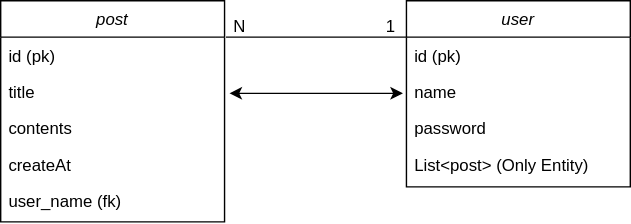
Above: Entity Relationship Diagram.drawio.svg in Chaeyounglim/myBlog (draw.io), before the change. Source tidied: cells renumbered, new cells last; positions are measured from the earlier drawing's top-left corner, leaving out a move shared by most shapes.
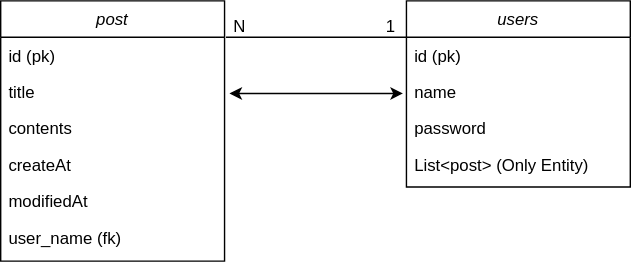
The same file after the commit.

Diff of the diagram source:
```diff
@@ -2,7 +2,7 @@
   <root>
     <mxCell id="0" />
     <mxCell id="1" parent="0" />
-    <mxCell id="2" value="user" style="swimlane;fontStyle=2;align=center;verticalAlign=top;horizontal=1;startSize=26;rounded=0;shadow=0;strokeWidth=1;" parent="1" vertex="1">
+    <mxCell id="2" value="users" style="swimlane;fontStyle=2;align=center;verticalAlign=top;horizontal=1;startSize=26;rounded=0;shadow=0;strokeWidth=1;" parent="1" vertex="1">
       <mxGeometry x="290" width="160" height="133" as="geometry" />
     </mxCell>
     <mxCell id="3" value="id (pk)" style="text;align=left;verticalAlign=top;spacingLeft=4;spacingRight=4;overflow=hidden;" parent="2" vertex="1">
@@ -18,7 +18,7 @@
       <mxGeometry y="104" width="160" height="26" as="geometry" />
     </mxCell>
     <mxCell id="7" value="post" style="swimlane;fontStyle=2;align=center;verticalAlign=top;horizontal=1;startSize=26;rounded=0;shadow=0;strokeWidth=1;" parent="1" vertex="1">
-      <mxGeometry width="160" height="158" as="geometry" />
+      <mxGeometry width="160" height="186" as="geometry" />
     </mxCell>
     <mxCell id="8" value="id (pk)" style="text;align=left;verticalAlign=top;spacingLeft=4;spacingRight=4;overflow=hidden;" parent="7" vertex="1">
       <mxGeometry y="26" width="160" height="26" as="geometry" />
@@ -32,8 +32,11 @@
     <mxCell id="11" value="createAt" style="text;align=left;verticalAlign=top;spacingLeft=4;spacingRight=4;overflow=hidden;rounded=0;shadow=0;html=0;" parent="7" vertex="1">
       <mxGeometry y="104" width="160" height="26" as="geometry" />
     </mxCell>
+    <mxCell id="17" value="modifiedAt " style="text;align=left;verticalAlign=top;spacingLeft=4;spacingRight=4;overflow=hidden;rounded=0;shadow=0;html=0;" parent="7" vertex="1">
+      <mxGeometry y="130" width="160" height="26" as="geometry" />
+    </mxCell>
     <mxCell id="12" value="user_name (fk)" style="text;align=left;verticalAlign=top;spacingLeft=4;spacingRight=4;overflow=hidden;rounded=0;shadow=0;html=0;" parent="7" vertex="1">
-      <mxGeometry y="130" width="160" height="26" as="geometry" />
+      <mxGeometry y="156" width="160" height="26" as="geometry" />
     </mxCell>
     <mxCell id="13" style="edgeStyle=orthogonalEdgeStyle;rounded=0;orthogonalLoop=1;jettySize=auto;html=1;startArrow=classic;startFill=1;" parent="1" edge="1">
       <mxGeometry relative="1" as="geometry">
```
